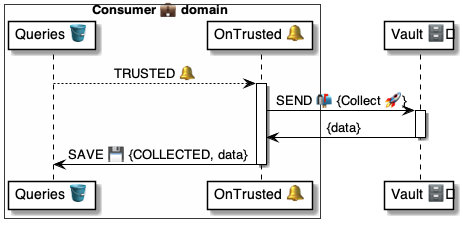
Before: 4 ⚙️ Solution/41 🎭 Domain Roles/Consumers 💼/💼🪣 Consumer tables/Queries 🗄️ table/🪣🧱 22 Trusted 🔔 event/💼 OnQueryTrusted ⚙️ uml.png, a diagram exported from PlantUML (pollyweb-org/pollyweb-docs). Its source is kept beside it as 4 ⚙️ Solution/41 🎭 Domain Roles/Consumers 💼/💼🪣 Consumer tables/Queries 🗄️ table/🪣🧱 22 Trusted 🔔 event/💼 OnQueryTrusted ⚙️ uml.puml.
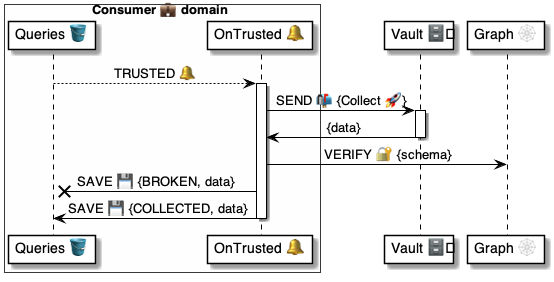
The same file after the commit.

Change to the diagram source:
```diff
@@ -5,6 +5,8 @@
     participant "OnTrusted 🔔" as handler
 end box
 participant "Vault 🗄️" as vault
+participant "Graph 🕸" as graph
+
 
 table --> handler: TRUSTED 🔔
 
@@ -15,6 +17,9 @@
         vault -> handler: {data}
     deactivate vault
 
+    handler -> graph: VERIFY 🔐 {schema}
+
+    handler -x table: SAVE 💾 {BROKEN, data}
     handler -> table: SAVE 💾 {COLLECTED, data}
 
 deactivate handler
```
